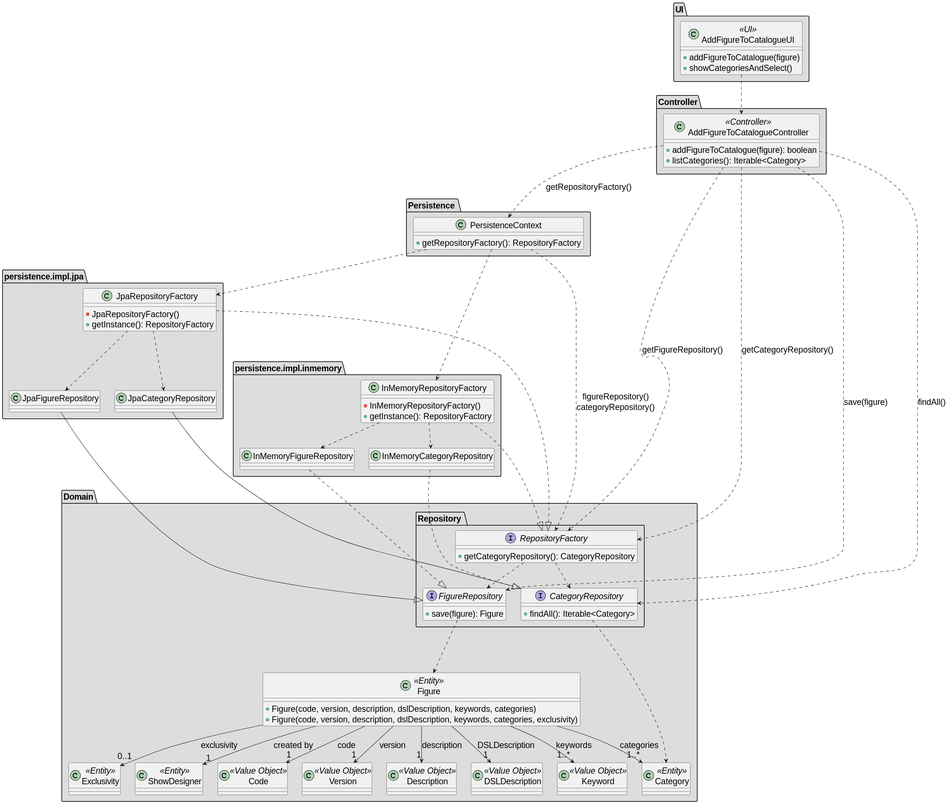
Above: docs/SPRINT_2/US233/images/class_diagram_us233.svg in diogoveirospro/sem4pi-2024-2025-sem4pi_2024_2025_g44 (PlantUML), before the change.
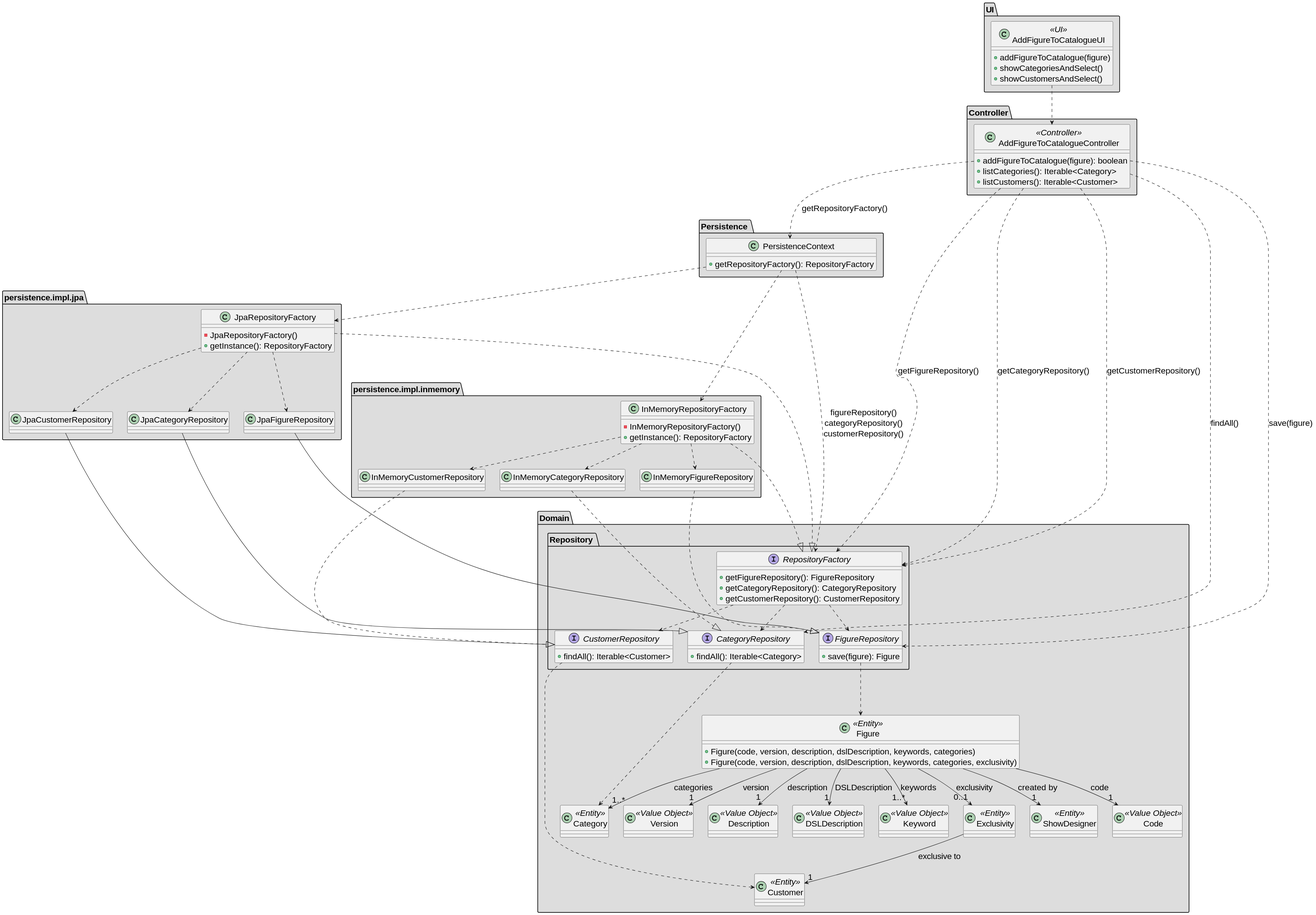
Above is the later version.

Commit message:
#23 Addition of the possibility of choosing the customer when creating the figure if it is exclusive.

The edit, as a diff of the source:
```diff
@@ -20,6 +20,9 @@
     class JpaCategoryRepository {
     }
 
+    class JpaCustomerRepository {
+    }
+
 }
 
 package "persistence.impl.inmemory" #DDDDDD {
@@ -33,6 +36,9 @@
 
     class InMemoryCategoryRepository {
     }
+
+    class InMemoryCustomerRepository {
+    }
 }
 
 package "Domain" #DDDDDD {
@@ -40,7 +46,9 @@
     package "Repository " #DDDDDD {
 
         interface RepositoryFactory {
+            + getFigureRepository(): FigureRepository
             + getCategoryRepository(): CategoryRepository
+            + getCustomerRepository(): CustomerRepository
         }
 
         interface FigureRepository {
@@ -49,6 +57,10 @@
 
         interface CategoryRepository {
             + findAll(): Iterable<Category>
+        }
+
+        interface CustomerRepository {
+            + findAll(): Iterable<Customer>
         }
 
     }
@@ -84,12 +96,16 @@
     class ShowDesigner <<Entity>>{
     }
 
+    class Customer <<Entity>>{
+    }
+
 }
 
 package "UI" #DDDDDD {
     class AddFigureToCatalogueUI <<UI>> {
         + addFigureToCatalogue(figure)
         + showCategoriesAndSelect()
+        + showCustomersAndSelect()
     }
 }
 
@@ -97,11 +113,12 @@
     class AddFigureToCatalogueController <<Controller>> {
         + addFigureToCatalogue(figure): boolean
         + listCategories(): Iterable<Category>
+        + listCustomers(): Iterable<Customer>
     }
 }
 
 
-    PersistenceContext ..> RepositoryFactory: figureRepository()\ncategoryRepository()
+    PersistenceContext ..> RepositoryFactory: figureRepository()\ncategoryRepository()\ncustomerRepository()
     PersistenceContext ..> JpaRepositoryFactory
     PersistenceContext ..> InMemoryRepositoryFactory
 
@@ -110,26 +127,35 @@
 
     JpaCategoryRepository --|> CategoryRepository
 
+    JpaCustomerRepository --|> CustomerRepository
+
     JpaRepositoryFactory ....|> RepositoryFactory
     JpaRepositoryFactory ..> JpaFigureRepository
     JpaRepositoryFactory ..> JpaCategoryRepository
+    JpaRepositoryFactory ..> JpaCustomerRepository
 
 
     InMemoryFigureRepository ..|> FigureRepository
 
     InMemoryCategoryRepository ..|> CategoryRepository
 
+    InMemoryCustomerRepository ..|> CustomerRepository
+
     InMemoryRepositoryFactory ...|> RepositoryFactory
     InMemoryRepositoryFactory ..> InMemoryFigureRepository
     InMemoryRepositoryFactory ..> InMemoryCategoryRepository
+    InMemoryRepositoryFactory ..> InMemoryCustomerRepository
 
 
     FigureRepository ...> Figure
 
     CategoryRepository ...> Category
 
+    CustomerRepository ...> Customer
+
     RepositoryFactory ..> FigureRepository
     RepositoryFactory ..> CategoryRepository
+    RepositoryFactory ..> CustomerRepository
 
 
     Figure --> "1" DSLDescription: DSLDescription
@@ -141,6 +167,8 @@
     Figure --> "1" ShowDesigner: created by
     Figure --> "0..1" Exclusivity: exclusivity
 
+    Exclusivity --> "1" Customer: exclusive to
+
 
     AddFigureToCatalogueUI ..> AddFigureToCatalogueController
 
@@ -148,6 +176,7 @@
     AddFigureToCatalogueController ..> PersistenceContext : getRepositoryFactory()
     AddFigureToCatalogueController ..> RepositoryFactory : getFigureRepository()
     AddFigureToCatalogueController ..> RepositoryFactory : getCategoryRepository()
+    AddFigureToCatalogueController ..> RepositoryFactory : getCustomerRepository()
     AddFigureToCatalogueController ..> FigureRepository : save(figure)
     AddFigureToCatalogueController ..> CategoryRepository : findAll()
 @enduml
```
